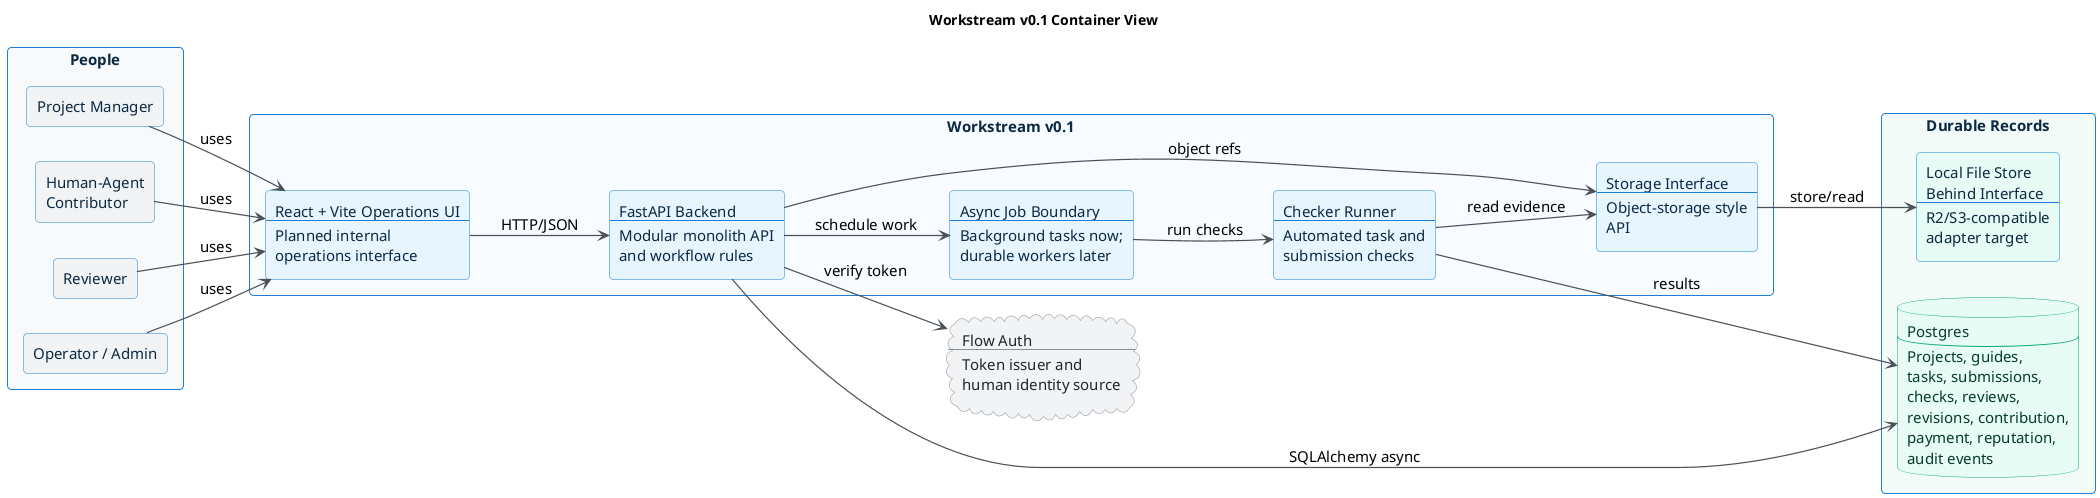
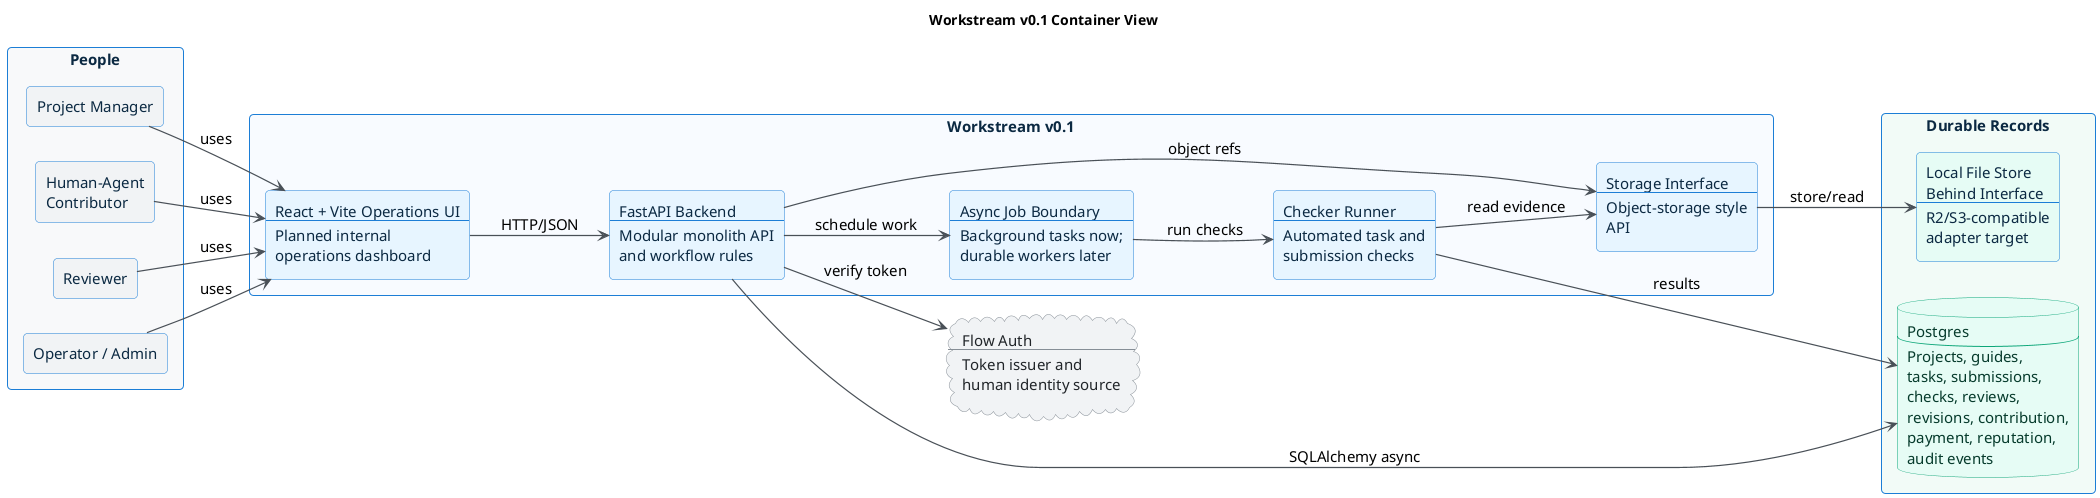
@startuml workstream_v01_container
title Workstream v0.1 Container View

left to right direction

skinparam backgroundColor #FFFFFF
skinparam shadowing false
skinparam roundcorner 8
skinparam defaultFontName Arial
skinparam defaultFontSize 15
skinparam ArrowColor #495057
skinparam ArrowThickness 1.2
skinparam packageStyle rectangle
skinparam rectangle {
  BorderColor #1C7ED6
  BackgroundColor #E7F5FF
  FontColor #0B2942
}
skinparam database {
  BorderColor #0CA678
  BackgroundColor #E6FCF5
  FontColor #063B2C
}
skinparam cloud {
  BorderColor #868E96
  BackgroundColor #F1F3F5
  FontColor #212529
}

package "People" #F8F9FA {
  rectangle "Project Manager" as project_manager #F1F3F5
  rectangle "Human-Agent\nContributor" as worker #F1F3F5
  rectangle "Reviewer" as reviewer #F1F3F5
  rectangle "Operator / Admin" as operator #F1F3F5
}

cloud "Flow Auth\n----\nToken issuer and\nhuman identity source" as flow_auth

package "Workstream v0.1" #F8FBFF {
-   rectangle "React + Vite Operations UI\n----\nPlanned internal\noperations interface" as frontend
+   rectangle "React + Vite Operations UI\n----\nPlanned internal\noperations dashboard" as frontend
  rectangle "FastAPI Backend\n----\nModular monolith API\nand workflow rules" as api
  rectangle "Async Job Boundary\n----\nBackground tasks now;\ndurable workers later" as jobs
  rectangle "Checker Runner\n----\nAutomated task and\nsubmission checks" as checker
  rectangle "Storage Interface\n----\nObject-storage style\nAPI" as storage_adapter
}

package "Durable Records" #F2FBF7 {
  database "Postgres\n----\nProjects, guides,\ntasks, submissions,\nchecks, reviews,\nrevisions, contribution,\npayment, reputation,\naudit events" as postgres
  rectangle "Local File Store\nBehind Interface\n----\nR2/S3-compatible\nadapter target" as file_store #E6FCF5
}

project_manager --> frontend : uses
worker --> frontend : uses
reviewer --> frontend : uses
operator --> frontend : uses

frontend --> api : HTTP/JSON
api --> flow_auth : verify token
api --> postgres : SQLAlchemy async
api --> storage_adapter : object refs
api --> jobs : schedule work
jobs --> checker : run checks
checker --> postgres : results
checker --> storage_adapter : read evidence
storage_adapter --> file_store : store/read

@enduml
